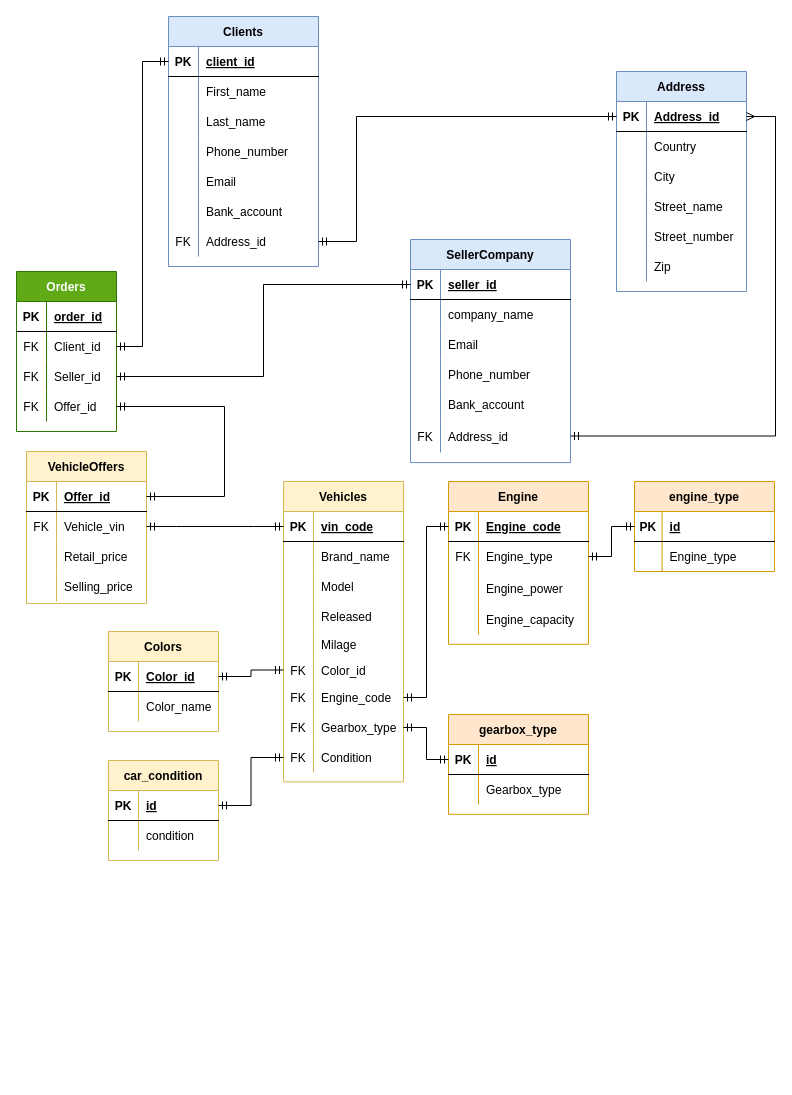
kstekels/Car-Marketplace keeps this draw.io diagram as page "ER logical" (1 of 3) of Car Marketplace.drawio. Above is the earlier version. Source tidied: cells renumbered, new cells numbered last; positions are measured from the earlier drawing's top-left corner, leaving out a move shared by most shapes. Both pictures are drawn from the tidied source at 100%, with x=0, y=0 at pixel (16, 16).
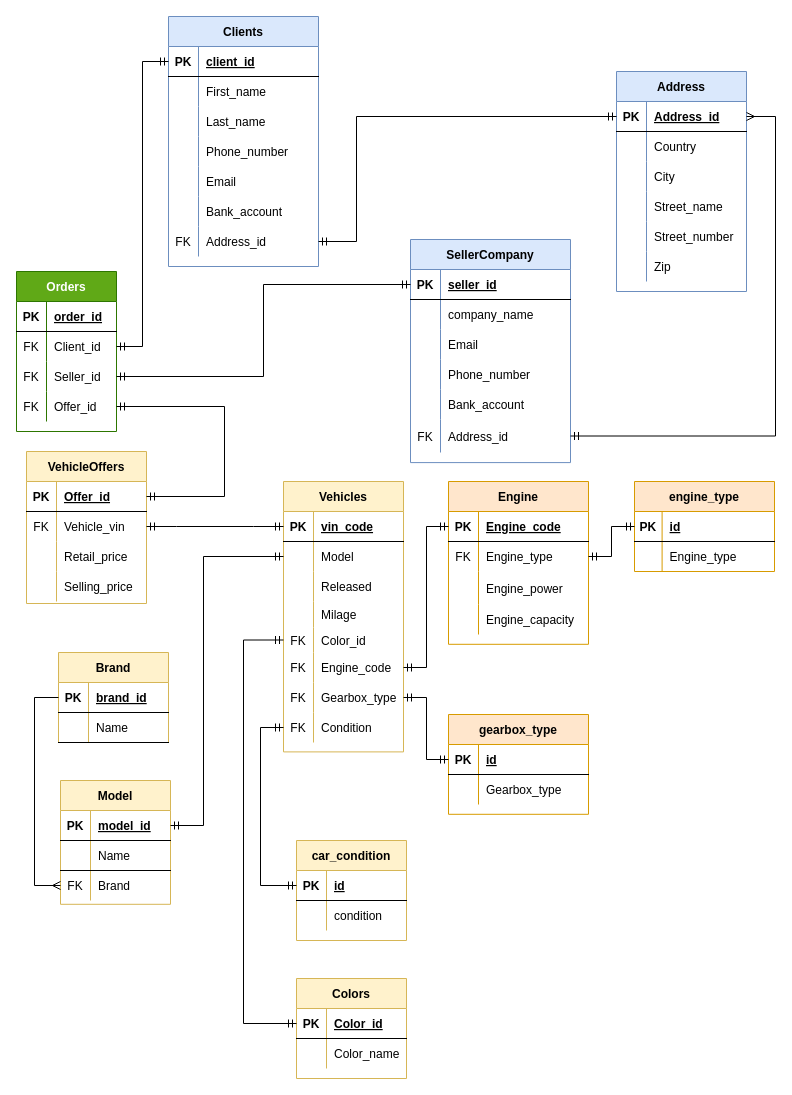
After the change.

The change refers to these unchanged cells:
```xml
<mxCell id="104" style="shape=partialRectangle;fillColor=none;top=0;left=0;bottom=1;right=0;points=[[0,0.5],[1,0.5]];portConstraint=eastwest;" parent="103" vertex="1">
  <mxGeometry y="30" width="110" height="30" as="geometry" />
</mxCell>
<mxCell id="161" style="shape=partialRectangle;fillColor=none;top=0;left=0;bottom=1;right=0;points=[[0,0.5],[1,0.5]];portConstraint=eastwest;" parent="160" vertex="1">
  <mxGeometry y="30" width="110" height="30" as="geometry" />
</mxCell>
```

Diff of the diagram source:
```diff
@@
     <mxCell id="75" value="Vehicles" style="shape=table;startSize=30;childLayout=tableLayout;rowLines=0;fontStyle=1;align=center;fillColor=#fff2cc;strokeColor=#d6b656;" parent="1" vertex="1">
-      <mxGeometry x="267" y="465" width="120" height="300.4" as="geometry" />
+      <mxGeometry x="267" y="465" width="120" height="270.4" as="geometry" />
     </mxCell>
@@
-    <mxCell id="79" style="shape=partialRectangle;fillColor=none;top=0;left=0;bottom=0;right=0;" parent="75" vertex="1">
-      <mxGeometry y="60" width="120" height="30" as="geometry" />
-    </mxCell>
-    <mxCell id="80" style="shape=partialRectangle;fillColor=none;top=0;left=0;bottom=0;right=0;overflow=hidden;" parent="79" vertex="1">
-      <mxGeometry width="30" height="30" as="geometry" />
-    </mxCell>
-    <mxCell id="81" value="Brand_name" style="shape=partialRectangle;fillColor=none;top=0;left=0;bottom=0;right=0;align=left;spacingLeft=6;overflow=hidden;" parent="79" vertex="1">
-      <mxGeometry x="30" width="90" height="30" as="geometry" />
-    </mxCell>
     <mxCell id="82" style="shape=partialRectangle;fillColor=none;top=0;left=0;bottom=0;right=0;points=[[0,0.5],[1,0.5]];portConstraint=eastwest;" parent="75" vertex="1">
-      <mxGeometry y="90" width="120" height="30" as="geometry" />
+      <mxGeometry y="60" width="120" height="30" as="geometry" />
     </mxCell>
@@
     <mxCell id="85" style="shape=partialRectangle;fillColor=none;top=0;left=0;bottom=0;right=0;" parent="75" vertex="1">
-      <mxGeometry y="120" width="120" height="30" as="geometry" />
+      <mxGeometry y="90" width="120" height="30" as="geometry" />
     </mxCell>
@@
     <mxCell id="88" style="shape=partialRectangle;fillColor=none;top=0;left=0;bottom=0;right=0;" parent="75" vertex="1">
-      <mxGeometry y="150" width="120" height="26" as="geometry" />
+      <mxGeometry y="120" width="120" height="26" as="geometry" />
     </mxCell>
@@
     <mxCell id="91" style="shape=partialRectangle;fillColor=none;top=0;left=0;bottom=0;right=0;points=[[0,0.5],[1,0.5]];portConstraint=eastwest;" parent="75" vertex="1">
-      <mxGeometry y="176" width="120" height="25" as="geometry" />
+      <mxGeometry y="146" width="120" height="25" as="geometry" />
     </mxCell>
@@
     <mxCell id="94" style="shape=partialRectangle;fillColor=none;top=0;left=0;bottom=0;right=0;points=[[0,0.5],[1,0.5]];portConstraint=eastwest;" parent="75" vertex="1">
-      <mxGeometry y="201" width="120" height="30" as="geometry" />
+      <mxGeometry y="171" width="120" height="30" as="geometry" />
     </mxCell>
@@
     <mxCell id="97" style="shape=partialRectangle;fillColor=none;top=0;left=0;bottom=0;right=0;points=[[0,0.5],[1,0.5]];portConstraint=eastwest;" parent="75" vertex="1">
-      <mxGeometry y="231" width="120" height="30" as="geometry" />
+      <mxGeometry y="201" width="120" height="30" as="geometry" />
     </mxCell>
@@
     <mxCell id="100" style="shape=partialRectangle;fillColor=none;top=0;left=0;bottom=0;right=0;points=[[0,0.5],[1,0.5]];portConstraint=eastwest;" parent="75" vertex="1">
-      <mxGeometry y="261" width="120" height="30" as="geometry" />
+      <mxGeometry y="231" width="120" height="30" as="geometry" />
     </mxCell>
@@
     <mxCell id="103" value="Colors" style="shape=table;startSize=30;childLayout=tableLayout;rowLines=0;fontStyle=1;align=center;fillColor=#fff2cc;strokeColor=#d6b656;" parent="1" vertex="1">
-      <mxGeometry x="92" y="615" width="110" height="100" as="geometry" />
+      <mxGeometry x="280" y="962" width="110" height="100" as="geometry" />
     </mxCell>
@@
-    <mxCell id="140" style="edgeStyle=orthogonalEdgeStyle;fontSize=12;html=1;endArrow=ERmandOne;rounded=0;entryX=1;entryY=0.5;entryDx=0;entryDy=0;endFill=0;startArrow=ERmandOne;startFill=0;" parent="1" edge="1" source="91" target="104">
-      <mxGeometry relative="1" as="geometry" />
+    <mxCell id="140" style="edgeStyle=orthogonalEdgeStyle;fontSize=12;html=1;endArrow=ERmandOne;rounded=0;entryX=0;entryY=0.5;entryDx=0;entryDy=0;endFill=0;startArrow=ERmandOne;startFill=0;exitX=0;exitY=0.5;exitDx=0;exitDy=0;" parent="1" edge="1" source="91" target="104">
+      <mxGeometry relative="1" as="geometry">
+        <Array as="points">
+          <mxPoint x="227" y="623" />
+          <mxPoint x="227" y="1007" />
+        </Array>
+      </mxGeometry>
     </mxCell>
@@
     <mxCell id="160" value="car_condition" style="shape=table;startSize=30;childLayout=tableLayout;rowLines=0;fontStyle=1;align=center;fillColor=#fff2cc;strokeColor=#d6b656;" parent="1" vertex="1">
-      <mxGeometry x="92" y="744" width="110" height="100" as="geometry" />
+      <mxGeometry x="280" y="824" width="110" height="100" as="geometry" />
     </mxCell>
@@
-    <mxCell id="167" style="edgeStyle=orthogonalEdgeStyle;fontSize=12;html=1;endArrow=ERmandOne;rounded=0;endFill=0;startArrow=ERmandOne;startFill=0;" parent="1" edge="1" source="100" target="161">
-      <mxGeometry relative="1" as="geometry" />
+    <mxCell id="167" style="edgeStyle=orthogonalEdgeStyle;fontSize=12;html=1;endArrow=ERmandOne;rounded=0;endFill=0;startArrow=ERmandOne;startFill=0;exitX=0;exitY=0.5;exitDx=0;exitDy=0;" parent="1" edge="1" source="100" target="161">
+      <mxGeometry relative="1" as="geometry">
+        <Array as="points">
+          <mxPoint x="244" y="711" />
+          <mxPoint x="244" y="869" />
+        </Array>
+      </mxGeometry>
     </mxCell>
+    <mxCell id="168" value="Brand" style="shape=table;startSize=30;childLayout=tableLayout;rowLines=0;fontStyle=1;align=center;fillColor=#fff2cc;strokeColor=#d6b656;" parent="1" vertex="1">
+      <mxGeometry x="42" y="636" width="110" height="90" as="geometry" />
+    </mxCell>
+    <mxCell id="169" style="shape=partialRectangle;fillColor=none;top=0;left=0;bottom=1;right=0;points=[[0,0.5],[1,0.5]];portConstraint=eastwest;" parent="168" vertex="1">
+      <mxGeometry y="30" width="110" height="30" as="geometry" />
+    </mxCell>
+    <mxCell id="170" value="PK" style="shape=partialRectangle;fillColor=none;top=0;left=0;bottom=0;right=0;fontStyle=1;overflow=hidden;" parent="169" vertex="1">
+      <mxGeometry width="30" height="30" as="geometry" />
+    </mxCell>
+    <mxCell id="171" value="brand_id" style="shape=partialRectangle;fillColor=none;top=0;left=0;bottom=0;right=0;align=left;spacingLeft=6;fontStyle=5;overflow=hidden;" parent="169" vertex="1">
+      <mxGeometry x="30" width="80" height="30" as="geometry" />
+    </mxCell>
+    <mxCell id="172" style="shape=partialRectangle;fillColor=none;top=0;left=0;bottom=1;right=0;" parent="168" vertex="1">
+      <mxGeometry y="60" width="110" height="30" as="geometry" />
+    </mxCell>
+    <mxCell id="173" style="shape=partialRectangle;fillColor=none;top=0;left=0;bottom=0;right=0;fontStyle=1;overflow=hidden;" parent="172" vertex="1">
+      <mxGeometry width="30" height="30" as="geometry" />
+    </mxCell>
+    <mxCell id="174" value="Name" style="shape=partialRectangle;fillColor=none;top=0;left=0;bottom=0;right=0;align=left;spacingLeft=6;fontStyle=0;overflow=hidden;" parent="172" vertex="1">
+      <mxGeometry x="30" width="80" height="30" as="geometry" />
+    </mxCell>
+    <mxCell id="175" value="Model" style="shape=table;startSize=30;childLayout=tableLayout;rowLines=0;fontStyle=1;align=center;fillColor=#fff2cc;strokeColor=#d6b656;" parent="1" vertex="1">
+      <mxGeometry x="44" y="764" width="110" height="123.8" as="geometry" />
+    </mxCell>
+    <mxCell id="176" style="shape=partialRectangle;fillColor=none;top=0;left=0;bottom=1;right=0;points=[[0,0.5],[1,0.5]];portConstraint=eastwest;" parent="175" vertex="1">
+      <mxGeometry y="30" width="110" height="30" as="geometry" />
+    </mxCell>
+    <mxCell id="177" value="PK" style="shape=partialRectangle;fillColor=none;top=0;left=0;bottom=0;right=0;fontStyle=1;overflow=hidden;" parent="176" vertex="1">
+      <mxGeometry width="30" height="30" as="geometry" />
+    </mxCell>
+    <mxCell id="178" value="model_id" style="shape=partialRectangle;fillColor=none;top=0;left=0;bottom=0;right=0;align=left;spacingLeft=6;fontStyle=5;overflow=hidden;" parent="176" vertex="1">
+      <mxGeometry x="30" width="80" height="30" as="geometry" />
+    </mxCell>
+    <mxCell id="179" style="shape=partialRectangle;fillColor=none;top=0;left=0;bottom=1;right=0;" parent="175" vertex="1">
+      <mxGeometry y="60" width="110" height="30" as="geometry" />
+    </mxCell>
+    <mxCell id="180" style="shape=partialRectangle;fillColor=none;top=0;left=0;bottom=0;right=0;fontStyle=1;overflow=hidden;" parent="179" vertex="1">
+      <mxGeometry width="30" height="30" as="geometry" />
+    </mxCell>
+    <mxCell id="181" value="Name" style="shape=partialRectangle;fillColor=none;top=0;left=0;bottom=0;right=0;align=left;spacingLeft=6;fontStyle=0;overflow=hidden;" parent="179" vertex="1">
+      <mxGeometry x="30" width="80" height="30" as="geometry" />
+    </mxCell>
+    <mxCell id="182" style="shape=partialRectangle;fillColor=none;top=0;left=0;bottom=0;right=0;points=[[0,0.5],[1,0.5]];portConstraint=eastwest;" parent="175" vertex="1">
+      <mxGeometry y="90" width="110" height="30" as="geometry" />
+    </mxCell>
+    <mxCell id="183" value="FK" style="shape=partialRectangle;fillColor=none;top=0;left=0;bottom=0;right=0;fontStyle=0;overflow=hidden;" parent="182" vertex="1">
+      <mxGeometry width="30" height="30" as="geometry" />
+    </mxCell>
+    <mxCell id="184" value="Brand" style="shape=partialRectangle;fillColor=none;top=0;left=0;bottom=0;right=0;align=left;spacingLeft=6;fontStyle=0;overflow=hidden;" parent="182" vertex="1">
+      <mxGeometry x="30" width="80" height="30" as="geometry" />
+    </mxCell>
+    <mxCell id="185" style="edgeStyle=elbowEdgeStyle;fontSize=12;html=1;endArrow=none;rounded=0;entryX=0;entryY=0.5;entryDx=0;entryDy=0;exitX=0;exitY=0.5;exitDx=0;exitDy=0;endFill=0;startArrow=ERmany;startFill=0;" parent="1" edge="1" source="182" target="169">
+      <mxGeometry relative="1" as="geometry">
+        <Array as="points">
+          <mxPoint x="18" y="730" />
+        </Array>
+      </mxGeometry>
+    </mxCell>
+    <mxCell id="186" style="edgeStyle=elbowEdgeStyle;fontSize=12;html=1;endArrow=ERmandOne;rounded=0;endFill=0;startArrow=ERmandOne;startFill=0;" parent="1" edge="1" source="82" target="176">
+      <mxGeometry relative="1" as="geometry">
+        <Array as="points">
+          <mxPoint x="187" y="656" />
+        </Array>
+      </mxGeometry>
+    </mxCell>
```
